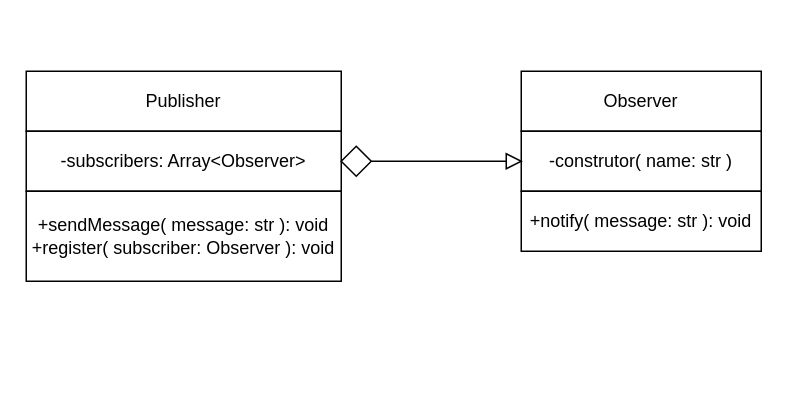
Above: 3_behaviour/observer/observer.drawio in plnnsimon/patterns (draw.io), before the change. Source tidied: cells renumbered, new cells numbered last; positions are measured from the earlier drawing's top-left corner, leaving out a move shared by most shapes. Both pictures are drawn from the tidied source at 150%, with x=0, y=0 at pixel (26, 70).
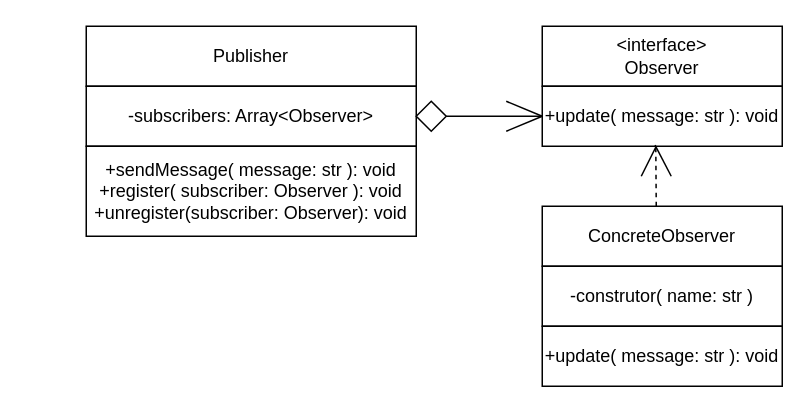
Above is the later version.

The edit, as a diff of the source:
```diff
@@
     <mxCell id="2" value="Publisher" style="rounded=0;whiteSpace=wrap;html=1;" parent="1" vertex="1">
-      <mxGeometry width="210" height="40" as="geometry" />
+      <mxGeometry x="40" y="-30" width="220" height="40" as="geometry" />
     </mxCell>
     <mxCell id="3" value="-subscribers: Array&amp;lt;Observer&amp;gt;" style="rounded=0;whiteSpace=wrap;html=1;" parent="1" vertex="1">
-      <mxGeometry y="40" width="210" height="40" as="geometry" />
+      <mxGeometry x="40" y="10" width="220" height="40" as="geometry" />
     </mxCell>
-    <mxCell id="4" value="+sendMessage( message: str ): void&lt;br&gt;+register( subscriber: Observer ): void" style="rounded=0;whiteSpace=wrap;html=1;" parent="1" vertex="1">
-      <mxGeometry y="80" width="210" height="60" as="geometry" />
+    <mxCell id="4" value="+sendMessage( message: str ): void&lt;br&gt;+register( subscriber: Observer ): void&lt;br&gt;+unregister(subscriber: Observer): void" style="rounded=0;whiteSpace=wrap;html=1;" parent="1" vertex="1">
+      <mxGeometry x="40" y="50" width="220" height="60" as="geometry" />
     </mxCell>
-    <mxCell id="5" value="Observer" style="rounded=0;whiteSpace=wrap;html=1;" parent="1" vertex="1">
-      <mxGeometry x="330" width="160" height="40" as="geometry" />
+    <mxCell id="5" value="ConcreteObserver" style="rounded=0;whiteSpace=wrap;html=1;" parent="1" vertex="1">
+      <mxGeometry x="344" y="90" width="160" height="40" as="geometry" />
     </mxCell>
     <mxCell id="6" value="-construtor( name: str )" style="rounded=0;whiteSpace=wrap;html=1;" parent="1" vertex="1">
-      <mxGeometry x="330" y="40" width="160" height="40" as="geometry" />
+      <mxGeometry x="344" y="130" width="160" height="40" as="geometry" />
     </mxCell>
-    <mxCell id="7" value="+notify( message: str ): void" style="rounded=0;whiteSpace=wrap;html=1;" parent="1" vertex="1">
-      <mxGeometry x="330" y="80" width="160" height="40" as="geometry" />
+    <mxCell id="7" value="+update( message: str ): void" style="rounded=0;whiteSpace=wrap;html=1;" parent="1" vertex="1">
+      <mxGeometry x="344" y="170" width="160" height="40" as="geometry" />
     </mxCell>
     <mxCell id="8" style="rhombus;whiteSpace=wrap;html=1;" parent="1" vertex="1">
-      <mxGeometry x="210" y="50" width="20" height="20" as="geometry" />
+      <mxGeometry x="260" y="20" width="20" height="20" as="geometry" />
     </mxCell>
-    <mxCell id="9" style="endArrow=none;html=1;entryX=0;entryY=0.5;entryDx=0;entryDy=0;" parent="1" edge="1" target="10">
-      <mxGeometry relative="1" as="geometry">
-        <mxPoint x="230" y="60" as="sourcePoint" />
-      </mxGeometry>
+    <mxCell id="9" style="endArrow=none;html=1;entryX=1;entryY=0.5;entryDx=0;entryDy=0;exitX=0;exitY=0.5;exitDx=0;exitDy=0;" parent="1" edge="1" source="12" target="8">
+      <mxGeometry relative="1" as="geometry" />
     </mxCell>
-    <mxCell id="10" style="triangle;whiteSpace=wrap;html=1;" parent="1" vertex="1">
-      <mxGeometry x="320" y="55" width="10" height="10" as="geometry" />
-    </mxCell>
+    <mxCell id="11" value="&amp;lt;interface&amp;gt;&lt;br&gt;Observer" style="rounded=0;whiteSpace=wrap;html=1;" parent="1" vertex="1">
+      <mxGeometry x="344" y="-30" width="160" height="40" as="geometry" />
+    </mxCell>
+    <mxCell id="12" value="+update( message: str ): void" style="rounded=0;whiteSpace=wrap;html=1;" parent="1" vertex="1">
+      <mxGeometry x="344" y="10" width="160" height="40" as="geometry" />
+    </mxCell>
+    <mxCell id="13" style="endArrow=none;html=1;entryX=0;entryY=0.5;entryDx=0;entryDy=0;" parent="1" edge="1" target="12">
+      <mxGeometry relative="1" as="geometry">
+        <mxPoint x="320" y="40" as="sourcePoint" />
+      </mxGeometry>
+    </mxCell>
+    <mxCell id="14" style="endArrow=none;html=1;exitX=0;exitY=0.5;exitDx=0;exitDy=0;" parent="1" edge="1" source="12">
+      <mxGeometry relative="1" as="geometry">
+        <mxPoint x="320" y="20" as="targetPoint" />
+      </mxGeometry>
+    </mxCell>
+    <mxCell id="15" style="endArrow=none;dashed=1;html=1;entryX=0.473;entryY=0.97;entryDx=0;entryDy=0;entryPerimeter=0;" parent="1" edge="1" target="12">
+      <mxGeometry relative="1" as="geometry">
+        <mxPoint x="420" y="90" as="sourcePoint" />
+      </mxGeometry>
+    </mxCell>
+    <mxCell id="16" style="endArrow=none;html=1;entryX=0.47;entryY=0.982;entryDx=0;entryDy=0;entryPerimeter=0;" parent="1" edge="1" target="12">
+      <mxGeometry relative="1" as="geometry">
+        <mxPoint x="430" y="70" as="sourcePoint" />
+      </mxGeometry>
+    </mxCell>
+    <mxCell id="17" style="endArrow=none;html=1;" parent="1" edge="1">
+      <mxGeometry relative="1" as="geometry">
+        <mxPoint x="410" y="70" as="sourcePoint" />
+        <mxPoint x="420" y="50" as="targetPoint" />
+      </mxGeometry>
+    </mxCell>
```
